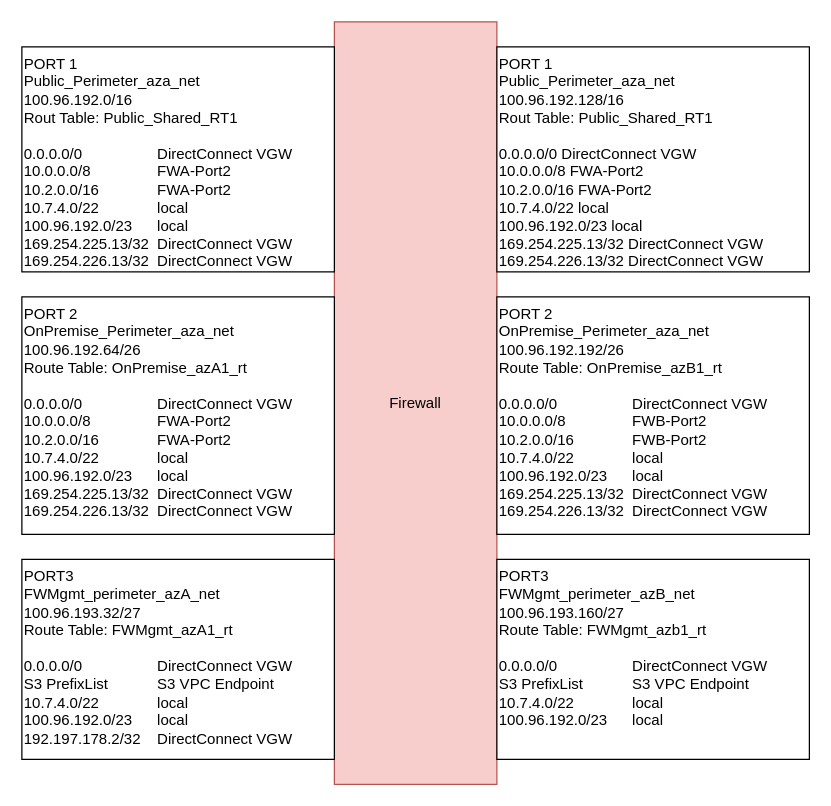
Before: Routing view.drawio in XangoXCC/Drawio, a draw.io diagram. Source tidied: cells renumbered, new cells numbered last; positions are measured from the earlier drawing's top-left corner, leaving out a move shared by most shapes. Both pictures are drawn from the tidied source at 125%, with x=0, y=0 at pixel (21, 21).
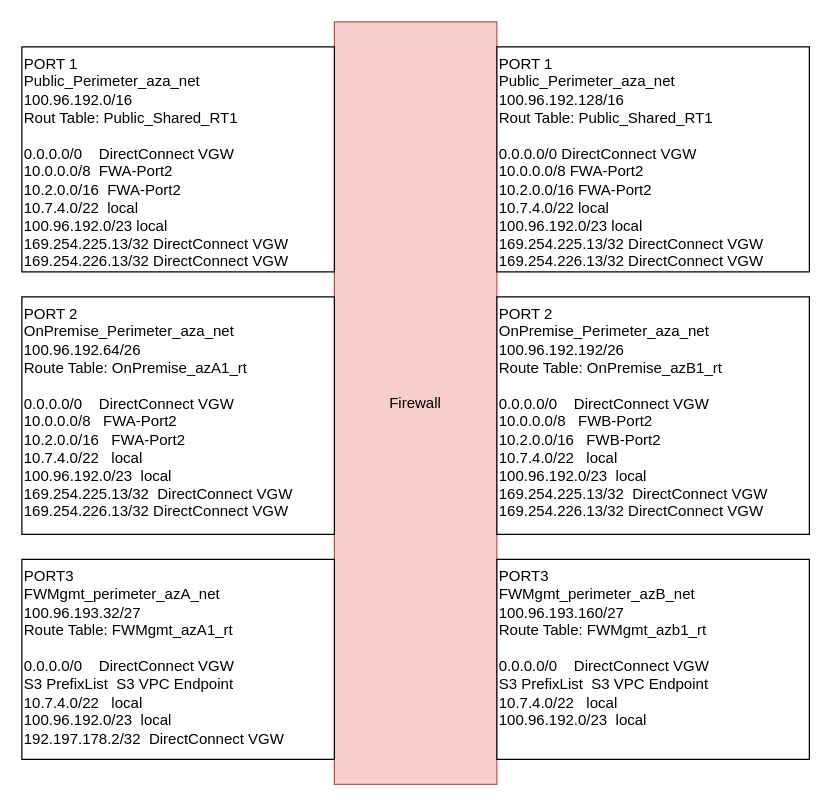
Above is the later version.

The edit, as a diff of the source:
```diff
@@
 <mxGraphModel>
   <root>
     <mxCell id="0" />
     <mxCell id="1" parent="0" />
     <mxCell id="2" value="Firewall" style="rounded=0;whiteSpace=wrap;html=1;fillColor=#f8cecc;strokeColor=#b85450;" parent="1" vertex="1">
       <mxGeometry x="250" width="130" height="610" as="geometry" />
     </mxCell>
-    <mxCell id="3" value="&lt;span style=&quot;&quot;&gt;PORT 1&lt;/span&gt;&lt;br style=&quot;&quot;&gt;&lt;span style=&quot;&quot;&gt;Public_Perimeter_aza_net&lt;/span&gt;&lt;br style=&quot;&quot;&gt;&lt;span style=&quot;&quot;&gt;100.96.192.0/16&lt;/span&gt;&lt;br style=&quot;&quot;&gt;&lt;span style=&quot;&quot;&gt;Rout Table: Public_Shared_RT1&lt;br&gt;&lt;br&gt;&lt;div&gt;0.0.0.0/0&lt;span style=&quot;&quot;&gt;&#9;&lt;span style=&quot;white-space: pre;&quot;&gt;&#9;&lt;/span&gt;&lt;span style=&quot;white-space: pre;&quot;&gt;&#9;&lt;/span&gt;&lt;span style=&quot;white-space: pre;&quot;&gt;&#9;&lt;/span&gt;&lt;/span&gt;DirectConnect VGW&lt;/div&gt;&lt;div&gt;10.0.0.0/8&lt;span style=&quot;white-space: pre;&quot;&gt;&#9;&lt;/span&gt;&lt;span style=&quot;white-space: pre;&quot;&gt;&#9;&lt;/span&gt;FWA-Port2&lt;/div&gt;&lt;div&gt;10.2.0.0/16&lt;span style=&quot;white-space: pre;&quot;&gt;&#9;&lt;/span&gt;&lt;span style=&quot;white-space: pre;&quot;&gt;&#9;&lt;/span&gt;FWA-Port2&lt;/div&gt;&lt;div&gt;10.7.4.0/22&lt;span style=&quot;white-space: pre;&quot;&gt;&#9;&lt;/span&gt;&lt;span style=&quot;white-space: pre;&quot;&gt;&#9;&lt;/span&gt;local&lt;/div&gt;&lt;div&gt;100.96.192.0/23&lt;span style=&quot;white-space: pre;&quot;&gt;&#9;&lt;/span&gt;local&lt;/div&gt;&lt;div&gt;169.254.225.13/32&lt;span style=&quot;white-space: pre;&quot;&gt;&#9;&lt;/span&gt;DirectConnect VGW&lt;span style=&quot;&quot;&gt;&#9;&lt;/span&gt;&amp;nbsp;&lt;/div&gt;&lt;div&gt;169.254.226.13/32&lt;span style=&quot;white-space: pre;&quot;&gt;&#9;&lt;/span&gt;DirectConnect VGW&lt;/div&gt;&lt;/span&gt;" style="rounded=0;whiteSpace=wrap;html=1;align=left;verticalAlign=top;" parent="1" vertex="1">
+    <mxCell id="3" value="&lt;span style=&quot;&quot;&gt;PORT 1&lt;/span&gt;&lt;br style=&quot;&quot;&gt;&lt;span style=&quot;&quot;&gt;Public_Perimeter_aza_net&lt;/span&gt;&lt;br style=&quot;&quot;&gt;&lt;span style=&quot;&quot;&gt;100.96.192.0/16&lt;/span&gt;&lt;br style=&quot;&quot;&gt;&lt;span style=&quot;&quot;&gt;Rout Table: Public_Shared_RT1&lt;br&gt;&lt;br&gt;&lt;div&gt;0.0.0.0/0&lt;span style=&quot;&quot;&gt; &lt;span style=&quot;white-space: pre;&quot;&gt; &lt;/span&gt;&lt;span style=&quot;white-space: pre;&quot;&gt; &lt;/span&gt;&lt;span style=&quot;white-space: pre;&quot;&gt; &lt;/span&gt;&lt;/span&gt;DirectConnect VGW&lt;/div&gt;&lt;div&gt;10.0.0.0/8&lt;span style=&quot;white-space: pre;&quot;&gt; &lt;/span&gt;&lt;span style=&quot;white-space: pre;&quot;&gt; &lt;/span&gt;FWA-Port2&lt;/div&gt;&lt;div&gt;10.2.0.0/16&lt;span style=&quot;white-space: pre;&quot;&gt; &lt;/span&gt;&lt;span style=&quot;white-space: pre;&quot;&gt; &lt;/span&gt;FWA-Port2&lt;/div&gt;&lt;div&gt;10.7.4.0/22&lt;span style=&quot;white-space: pre;&quot;&gt; &lt;/span&gt;&lt;span style=&quot;white-space: pre;&quot;&gt; &lt;/span&gt;local&lt;/div&gt;&lt;div&gt;100.96.192.0/23&lt;span style=&quot;white-space: pre;&quot;&gt; &lt;/span&gt;local&lt;/div&gt;&lt;div&gt;169.254.225.13/32&lt;span style=&quot;white-space: pre;&quot;&gt; &lt;/span&gt;DirectConnect VGW&lt;span style=&quot;&quot;&gt; &lt;/span&gt;&amp;nbsp;&lt;/div&gt;&lt;div&gt;169.254.226.13/32&lt;span style=&quot;white-space: pre;&quot;&gt; &lt;/span&gt;DirectConnect VGW&lt;/div&gt;&lt;/span&gt;" style="rounded=0;whiteSpace=wrap;html=1;align=left;verticalAlign=top;" parent="1" vertex="1">
       <mxGeometry y="20" width="250" height="180" as="geometry" />
     </mxCell>
-    <mxCell id="4" value="PORT 2&lt;br&gt;OnPremise_Perimeter_aza_net&lt;br&gt;100.96.192.64/26&lt;br&gt;Route Table: OnPremise_azA1_rt&lt;br&gt;&lt;div style=&quot;&quot;&gt;&lt;br&gt;&lt;/div&gt;&lt;div style=&quot;&quot;&gt;&lt;div&gt;0.0.0.0/0&lt;span style=&quot;&quot;&gt;&#9;&lt;span style=&quot;white-space: pre;&quot;&gt;&#9;&lt;/span&gt;&lt;span style=&quot;white-space: pre;&quot;&gt;&#9;&lt;span style=&quot;white-space: pre;&quot;&gt;&#9;&lt;/span&gt;&lt;/span&gt;&lt;/span&gt;DirectConnect VGW&lt;/div&gt;&lt;div&gt;10.0.0.0/8&lt;span style=&quot;&quot;&gt;&#9;&lt;span style=&quot;white-space: pre;&quot;&gt;&#9;&lt;span style=&quot;white-space: pre;&quot;&gt;&#9;&lt;/span&gt;&lt;/span&gt;&lt;/span&gt;FWA-Port2&lt;/div&gt;&lt;div&gt;10.2.0.0/16&lt;span style=&quot;&quot;&gt;&#9;&lt;span style=&quot;white-space: pre;&quot;&gt;&#9;&lt;span style=&quot;white-space: pre;&quot;&gt;&#9;&lt;/span&gt;&lt;/span&gt;&lt;/span&gt;FWA-Port2&lt;/div&gt;&lt;div&gt;10.7.4.0/22&lt;span style=&quot;&quot;&gt;&#9;&lt;span style=&quot;white-space: pre;&quot;&gt;&#9;&lt;span style=&quot;white-space: pre;&quot;&gt;&#9;&lt;/span&gt;&lt;/span&gt;&lt;/span&gt;local&lt;/div&gt;&lt;div&gt;100.96.192.0/23&lt;span style=&quot;&quot;&gt;&#9;&lt;span style=&quot;white-space: pre;&quot;&gt;&#9;&lt;/span&gt;&lt;/span&gt;local&lt;/div&gt;&lt;div&gt;169.254.225.13/32&lt;span style=&quot;&quot;&gt;&#9;&lt;span style=&quot;white-space: pre;&quot;&gt;&#9;&lt;/span&gt;D&lt;/span&gt;irectConnect VGW&lt;/div&gt;&lt;div&gt;169.254.226.13/32&lt;span style=&quot;white-space: pre;&quot;&gt;&#9;&lt;/span&gt;DirectConnect VGW&lt;/div&gt;&lt;/div&gt;" style="rounded=0;whiteSpace=wrap;html=1;align=left;verticalAlign=top;" parent="1" vertex="1">
+    <mxCell id="4" value="PORT 2&lt;br&gt;OnPremise_Perimeter_aza_net&lt;br&gt;100.96.192.64/26&lt;br&gt;Route Table: OnPremise_azA1_rt&lt;br&gt;&lt;div style=&quot;&quot;&gt;&lt;br&gt;&lt;/div&gt;&lt;div style=&quot;&quot;&gt;&lt;div&gt;0.0.0.0/0&lt;span style=&quot;&quot;&gt; &lt;span style=&quot;white-space: pre;&quot;&gt; &lt;/span&gt;&lt;span style=&quot;white-space: pre;&quot;&gt; &lt;span style=&quot;white-space: pre;&quot;&gt; &lt;/span&gt;&lt;/span&gt;&lt;/span&gt;DirectConnect VGW&lt;/div&gt;&lt;div&gt;10.0.0.0/8&lt;span style=&quot;&quot;&gt; &lt;span style=&quot;white-space: pre;&quot;&gt; &lt;span style=&quot;white-space: pre;&quot;&gt; &lt;/span&gt;&lt;/span&gt;&lt;/span&gt;FWA-Port2&lt;/div&gt;&lt;div&gt;10.2.0.0/16&lt;span style=&quot;&quot;&gt; &lt;span style=&quot;white-space: pre;&quot;&gt; &lt;span style=&quot;white-space: pre;&quot;&gt; &lt;/span&gt;&lt;/span&gt;&lt;/span&gt;FWA-Port2&lt;/div&gt;&lt;div&gt;10.7.4.0/22&lt;span style=&quot;&quot;&gt; &lt;span style=&quot;white-space: pre;&quot;&gt; &lt;span style=&quot;white-space: pre;&quot;&gt; &lt;/span&gt;&lt;/span&gt;&lt;/span&gt;local&lt;/div&gt;&lt;div&gt;100.96.192.0/23&lt;span style=&quot;&quot;&gt; &lt;span style=&quot;white-space: pre;&quot;&gt; &lt;/span&gt;&lt;/span&gt;local&lt;/div&gt;&lt;div&gt;169.254.225.13/32&lt;span style=&quot;&quot;&gt; &lt;span style=&quot;white-space: pre;&quot;&gt; &lt;/span&gt;D&lt;/span&gt;irectConnect VGW&lt;/div&gt;&lt;div&gt;169.254.226.13/32&lt;span style=&quot;white-space: pre;&quot;&gt; &lt;/span&gt;DirectConnect VGW&lt;/div&gt;&lt;/div&gt;" style="rounded=0;whiteSpace=wrap;html=1;align=left;verticalAlign=top;" parent="1" vertex="1">
       <mxGeometry y="220" width="250" height="190" as="geometry" />
     </mxCell>
-    <mxCell id="5" value="&lt;span style=&quot;&quot;&gt;PORT 1&lt;/span&gt;&lt;br style=&quot;&quot;&gt;&lt;span style=&quot;&quot;&gt;Public_Perimeter_aza_net&lt;/span&gt;&lt;br style=&quot;&quot;&gt;&lt;span style=&quot;&quot;&gt;100.96.192.128/16&lt;/span&gt;&lt;br style=&quot;&quot;&gt;&lt;span style=&quot;&quot;&gt;Rout Table: Public_Shared_RT1&lt;br&gt;&lt;br&gt;&lt;div&gt;0.0.0.0/0&lt;span style=&quot;&quot;&gt;&#9;&#9;&#9;&lt;/span&gt;DirectConnect VGW&lt;/div&gt;&lt;div&gt;10.0.0.0/8&lt;span style=&quot;&quot;&gt;&#9;&#9;&#9;&lt;/span&gt;FWA-Port2&lt;/div&gt;&lt;div&gt;10.2.0.0/16&lt;span style=&quot;&quot;&gt;&#9;&#9;&#9;&lt;/span&gt;FWA-Port2&lt;/div&gt;&lt;div&gt;10.7.4.0/22&lt;span style=&quot;&quot;&gt;&#9;&#9;&#9;&lt;/span&gt;local&lt;/div&gt;&lt;div&gt;100.96.192.0/23&lt;span style=&quot;&quot;&gt;&#9;&#9;&lt;/span&gt;local&lt;/div&gt;&lt;div&gt;169.254.225.13/32&lt;span style=&quot;&quot;&gt;&#9;&lt;/span&gt;DirectConnect VGW&lt;span style=&quot;&quot;&gt;&#9;&lt;/span&gt;&amp;nbsp;&lt;/div&gt;&lt;div&gt;169.254.226.13/32&lt;span style=&quot;&quot;&gt;&#9;&lt;/span&gt;DirectConnect VGW&lt;/div&gt;&lt;/span&gt;" style="rounded=0;whiteSpace=wrap;html=1;align=left;verticalAlign=top;" parent="1" vertex="1">
+    <mxCell id="5" value="&lt;span style=&quot;&quot;&gt;PORT 1&lt;/span&gt;&lt;br style=&quot;&quot;&gt;&lt;span style=&quot;&quot;&gt;Public_Perimeter_aza_net&lt;/span&gt;&lt;br style=&quot;&quot;&gt;&lt;span style=&quot;&quot;&gt;100.96.192.128/16&lt;/span&gt;&lt;br style=&quot;&quot;&gt;&lt;span style=&quot;&quot;&gt;Rout Table: Public_Shared_RT1&lt;br&gt;&lt;br&gt;&lt;div&gt;0.0.0.0/0&lt;span style=&quot;&quot;&gt;   &lt;/span&gt;DirectConnect VGW&lt;/div&gt;&lt;div&gt;10.0.0.0/8&lt;span style=&quot;&quot;&gt;   &lt;/span&gt;FWA-Port2&lt;/div&gt;&lt;div&gt;10.2.0.0/16&lt;span style=&quot;&quot;&gt;   &lt;/span&gt;FWA-Port2&lt;/div&gt;&lt;div&gt;10.7.4.0/22&lt;span style=&quot;&quot;&gt;   &lt;/span&gt;local&lt;/div&gt;&lt;div&gt;100.96.192.0/23&lt;span style=&quot;&quot;&gt;  &lt;/span&gt;local&lt;/div&gt;&lt;div&gt;169.254.225.13/32&lt;span style=&quot;&quot;&gt; &lt;/span&gt;DirectConnect VGW&lt;span style=&quot;&quot;&gt; &lt;/span&gt;&amp;nbsp;&lt;/div&gt;&lt;div&gt;169.254.226.13/32&lt;span style=&quot;&quot;&gt; &lt;/span&gt;DirectConnect VGW&lt;/div&gt;&lt;/span&gt;" style="rounded=0;whiteSpace=wrap;html=1;align=left;verticalAlign=top;" parent="1" vertex="1">
       <mxGeometry x="380" y="20" width="250" height="180" as="geometry" />
     </mxCell>
-    <mxCell id="6" value="PORT 2&lt;br&gt;OnPremise_Perimeter_aza_net&lt;br&gt;100.96.192.192/26&lt;br&gt;Route Table: OnPremise_azB1_rt&lt;br&gt;&lt;div style=&quot;&quot;&gt;&lt;br&gt;&lt;/div&gt;&lt;div style=&quot;&quot;&gt;&lt;div&gt;0.0.0.0/0&lt;span style=&quot;&quot;&gt;&#9;&lt;span style=&quot;white-space: pre;&quot;&gt;&#9;&lt;/span&gt;&lt;span style=&quot;white-space: pre;&quot;&gt;&#9;&lt;span style=&quot;white-space: pre;&quot;&gt;&#9;&lt;/span&gt;&lt;/span&gt;&lt;/span&gt;DirectConnect VGW&lt;/div&gt;&lt;div&gt;10.0.0.0/8&lt;span style=&quot;&quot;&gt;&#9;&lt;span style=&quot;white-space: pre;&quot;&gt;&#9;&lt;span style=&quot;white-space: pre;&quot;&gt;&#9;&lt;/span&gt;&lt;/span&gt;&lt;/span&gt;FWB-Port2&lt;/div&gt;&lt;div&gt;10.2.0.0/16&lt;span style=&quot;&quot;&gt;&#9;&lt;span style=&quot;white-space: pre;&quot;&gt;&#9;&lt;span style=&quot;white-space: pre;&quot;&gt;&#9;&lt;/span&gt;&lt;/span&gt;&lt;/span&gt;FWB-Port2&lt;/div&gt;&lt;div&gt;10.7.4.0/22&lt;span style=&quot;&quot;&gt;&#9;&lt;span style=&quot;white-space: pre;&quot;&gt;&#9;&lt;span style=&quot;white-space: pre;&quot;&gt;&#9;&lt;/span&gt;&lt;/span&gt;&lt;/span&gt;local&lt;/div&gt;&lt;div&gt;100.96.192.0/23&lt;span style=&quot;&quot;&gt;&#9;&lt;span style=&quot;white-space: pre;&quot;&gt;&#9;&lt;/span&gt;&lt;/span&gt;local&lt;/div&gt;&lt;div&gt;169.254.225.13/32&lt;span style=&quot;&quot;&gt;&#9;&lt;span style=&quot;white-space: pre;&quot;&gt;&#9;&lt;/span&gt;D&lt;/span&gt;irectConnect VGW&lt;/div&gt;&lt;div&gt;169.254.226.13/32&lt;span style=&quot;white-space: pre;&quot;&gt;&#9;&lt;/span&gt;DirectConnect VGW&lt;/div&gt;&lt;/div&gt;" style="rounded=0;whiteSpace=wrap;html=1;align=left;verticalAlign=top;" parent="1" vertex="1">
+    <mxCell id="6" value="PORT 2&lt;br&gt;OnPremise_Perimeter_aza_net&lt;br&gt;100.96.192.192/26&lt;br&gt;Route Table: OnPremise_azB1_rt&lt;br&gt;&lt;div style=&quot;&quot;&gt;&lt;br&gt;&lt;/div&gt;&lt;div style=&quot;&quot;&gt;&lt;div&gt;0.0.0.0/0&lt;span style=&quot;&quot;&gt; &lt;span style=&quot;white-space: pre;&quot;&gt; &lt;/span&gt;&lt;span style=&quot;white-space: pre;&quot;&gt; &lt;span style=&quot;white-space: pre;&quot;&gt; &lt;/span&gt;&lt;/span&gt;&lt;/span&gt;DirectConnect VGW&lt;/div&gt;&lt;div&gt;10.0.0.0/8&lt;span style=&quot;&quot;&gt; &lt;span style=&quot;white-space: pre;&quot;&gt; &lt;span style=&quot;white-space: pre;&quot;&gt; &lt;/span&gt;&lt;/span&gt;&lt;/span&gt;FWB-Port2&lt;/div&gt;&lt;div&gt;10.2.0.0/16&lt;span style=&quot;&quot;&gt; &lt;span style=&quot;white-space: pre;&quot;&gt; &lt;span style=&quot;white-space: pre;&quot;&gt; &lt;/span&gt;&lt;/span&gt;&lt;/span&gt;FWB-Port2&lt;/div&gt;&lt;div&gt;10.7.4.0/22&lt;span style=&quot;&quot;&gt; &lt;span style=&quot;white-space: pre;&quot;&gt; &lt;span style=&quot;white-space: pre;&quot;&gt; &lt;/span&gt;&lt;/span&gt;&lt;/span&gt;local&lt;/div&gt;&lt;div&gt;100.96.192.0/23&lt;span style=&quot;&quot;&gt; &lt;span style=&quot;white-space: pre;&quot;&gt; &lt;/span&gt;&lt;/span&gt;local&lt;/div&gt;&lt;div&gt;169.254.225.13/32&lt;span style=&quot;&quot;&gt; &lt;span style=&quot;white-space: pre;&quot;&gt; &lt;/span&gt;D&lt;/span&gt;irectConnect VGW&lt;/div&gt;&lt;div&gt;169.254.226.13/32&lt;span style=&quot;white-space: pre;&quot;&gt; &lt;/span&gt;DirectConnect VGW&lt;/div&gt;&lt;/div&gt;" style="rounded=0;whiteSpace=wrap;html=1;align=left;verticalAlign=top;" parent="1" vertex="1">
       <mxGeometry x="380" y="220" width="250" height="190" as="geometry" />
     </mxCell>
-    <mxCell id="7" value="PORT3&lt;br&gt;FWMgmt_perimeter_azA_net&lt;br&gt;100.96.193.32/27&lt;br&gt;Route Table: FWMgmt_azA1_rt&lt;br&gt;&lt;div style=&quot;&quot;&gt;&lt;br&gt;&lt;/div&gt;&lt;div style=&quot;&quot;&gt;&lt;div&gt;0.0.0.0/0&lt;span style=&quot;&quot;&gt;&#9;&lt;span style=&quot;white-space: pre;&quot;&gt;&#9;&lt;/span&gt;&lt;span style=&quot;white-space: pre;&quot;&gt;&#9;&lt;span style=&quot;white-space: pre;&quot;&gt;&#9;&lt;/span&gt;&lt;/span&gt;&lt;/span&gt;DirectConnect VGW&lt;/div&gt;&lt;div&gt;&lt;span style=&quot;background-color: initial;&quot;&gt;S3 PrefixList&lt;span style=&quot;white-space: pre;&quot;&gt;&#9;&lt;/span&gt;&lt;span style=&quot;white-space: pre;&quot;&gt;&#9;&lt;/span&gt;S3 VPC Endpoint&lt;/span&gt;&lt;/div&gt;&lt;div&gt;&lt;span style=&quot;background-color: initial;&quot;&gt;10.7.4.0/22&lt;/span&gt;&lt;span style=&quot;background-color: initial;&quot;&gt;&#9;&lt;span style=&quot;white-space: pre;&quot;&gt;&#9;&lt;span style=&quot;white-space: pre;&quot;&gt;&#9;&lt;/span&gt;&lt;/span&gt;&lt;/span&gt;&lt;span style=&quot;background-color: initial;&quot;&gt;local&lt;/span&gt;&lt;br&gt;&lt;/div&gt;&lt;div&gt;100.96.192.0/23&lt;span style=&quot;&quot;&gt;&#9;&lt;span style=&quot;white-space: pre;&quot;&gt;&#9;&lt;/span&gt;&lt;/span&gt;local&lt;/div&gt;&lt;div&gt;192.197.178.2/32&lt;span style=&quot;&quot;&gt;&#9;&lt;span style=&quot;white-space: pre;&quot;&gt;&#9;&lt;/span&gt;D&lt;/span&gt;irectConnect VGW&lt;/div&gt;&lt;div&gt;&lt;br&gt;&lt;/div&gt;&lt;/div&gt;" style="rounded=0;whiteSpace=wrap;html=1;align=left;verticalAlign=top;" parent="1" vertex="1">
+    <mxCell id="7" value="PORT3&lt;br&gt;FWMgmt_perimeter_azA_net&lt;br&gt;100.96.193.32/27&lt;br&gt;Route Table: FWMgmt_azA1_rt&lt;br&gt;&lt;div style=&quot;&quot;&gt;&lt;br&gt;&lt;/div&gt;&lt;div style=&quot;&quot;&gt;&lt;div&gt;0.0.0.0/0&lt;span style=&quot;&quot;&gt; &lt;span style=&quot;white-space: pre;&quot;&gt; &lt;/span&gt;&lt;span style=&quot;white-space: pre;&quot;&gt; &lt;span style=&quot;white-space: pre;&quot;&gt; &lt;/span&gt;&lt;/span&gt;&lt;/span&gt;DirectConnect VGW&lt;/div&gt;&lt;div&gt;&lt;span style=&quot;background-color: initial;&quot;&gt;S3 PrefixList&lt;span style=&quot;white-space: pre;&quot;&gt; &lt;/span&gt;&lt;span style=&quot;white-space: pre;&quot;&gt; &lt;/span&gt;S3 VPC Endpoint&lt;/span&gt;&lt;/div&gt;&lt;div&gt;&lt;span style=&quot;background-color: initial;&quot;&gt;10.7.4.0/22&lt;/span&gt;&lt;span style=&quot;background-color: initial;&quot;&gt; &lt;span style=&quot;white-space: pre;&quot;&gt; &lt;span style=&quot;white-space: pre;&quot;&gt; &lt;/span&gt;&lt;/span&gt;&lt;/span&gt;&lt;span style=&quot;background-color: initial;&quot;&gt;local&lt;/span&gt;&lt;br&gt;&lt;/div&gt;&lt;div&gt;100.96.192.0/23&lt;span style=&quot;&quot;&gt; &lt;span style=&quot;white-space: pre;&quot;&gt; &lt;/span&gt;&lt;/span&gt;local&lt;/div&gt;&lt;div&gt;192.197.178.2/32&lt;span style=&quot;&quot;&gt; &lt;span style=&quot;white-space: pre;&quot;&gt; &lt;/span&gt;D&lt;/span&gt;irectConnect VGW&lt;/div&gt;&lt;div&gt;&lt;br&gt;&lt;/div&gt;&lt;/div&gt;" style="rounded=0;whiteSpace=wrap;html=1;align=left;verticalAlign=top;" parent="1" vertex="1">
       <mxGeometry y="430" width="250" height="160" as="geometry" />
     </mxCell>
-    <mxCell id="8" value="PORT3&lt;br&gt;FWMgmt_perimeter_azB_net&lt;br&gt;100.96.193.160/27&lt;br&gt;Route Table: FWMgmt_azb1_rt&lt;br&gt;&lt;div style=&quot;&quot;&gt;&lt;br&gt;&lt;/div&gt;&lt;div style=&quot;&quot;&gt;&lt;div&gt;0.0.0.0/0&lt;span style=&quot;&quot;&gt;&#9;&lt;span style=&quot;white-space: pre;&quot;&gt;&#9;&lt;/span&gt;&lt;span style=&quot;white-space: pre;&quot;&gt;&#9;&lt;span style=&quot;white-space: pre;&quot;&gt;&#9;&lt;/span&gt;&lt;/span&gt;&lt;/span&gt;DirectConnect VGW&lt;/div&gt;&lt;div&gt;&lt;span style=&quot;background-color: initial;&quot;&gt;S3 PrefixList&lt;span style=&quot;white-space: pre;&quot;&gt;&#9;&lt;/span&gt;&lt;span style=&quot;white-space: pre;&quot;&gt;&#9;&lt;/span&gt;S3 VPC Endpoint&lt;/span&gt;&lt;/div&gt;&lt;div&gt;&lt;span style=&quot;background-color: initial;&quot;&gt;10.7.4.0/22&lt;/span&gt;&lt;span style=&quot;background-color: initial;&quot;&gt;&#9;&lt;span style=&quot;white-space: pre;&quot;&gt;&#9;&lt;span style=&quot;white-space: pre;&quot;&gt;&#9;&lt;/span&gt;&lt;/span&gt;&lt;/span&gt;&lt;span style=&quot;background-color: initial;&quot;&gt;local&lt;/span&gt;&lt;br&gt;&lt;/div&gt;&lt;div&gt;100.96.192.0/23&lt;span style=&quot;&quot;&gt;&#9;&lt;span style=&quot;white-space: pre;&quot;&gt;&#9;&lt;/span&gt;&lt;/span&gt;local&lt;/div&gt;&lt;div&gt;&lt;br&gt;&lt;/div&gt;&lt;div&gt;&lt;br&gt;&lt;/div&gt;&lt;/div&gt;" style="rounded=0;whiteSpace=wrap;html=1;align=left;verticalAlign=top;" parent="1" vertex="1">
+    <mxCell id="8" value="PORT3&lt;br&gt;FWMgmt_perimeter_azB_net&lt;br&gt;100.96.193.160/27&lt;br&gt;Route Table: FWMgmt_azb1_rt&lt;br&gt;&lt;div style=&quot;&quot;&gt;&lt;br&gt;&lt;/div&gt;&lt;div style=&quot;&quot;&gt;&lt;div&gt;0.0.0.0/0&lt;span style=&quot;&quot;&gt; &lt;span style=&quot;white-space: pre;&quot;&gt; &lt;/span&gt;&lt;span style=&quot;white-space: pre;&quot;&gt; &lt;span style=&quot;white-space: pre;&quot;&gt; &lt;/span&gt;&lt;/span&gt;&lt;/span&gt;DirectConnect VGW&lt;/div&gt;&lt;div&gt;&lt;span style=&quot;background-color: initial;&quot;&gt;S3 PrefixList&lt;span style=&quot;white-space: pre;&quot;&gt; &lt;/span&gt;&lt;span style=&quot;white-space: pre;&quot;&gt; &lt;/span&gt;S3 VPC Endpoint&lt;/span&gt;&lt;/div&gt;&lt;div&gt;&lt;span style=&quot;background-color: initial;&quot;&gt;10.7.4.0/22&lt;/span&gt;&lt;span style=&quot;background-color: initial;&quot;&gt; &lt;span style=&quot;white-space: pre;&quot;&gt; &lt;span style=&quot;white-space: pre;&quot;&gt; &lt;/span&gt;&lt;/span&gt;&lt;/span&gt;&lt;span style=&quot;background-color: initial;&quot;&gt;local&lt;/span&gt;&lt;br&gt;&lt;/div&gt;&lt;div&gt;100.96.192.0/23&lt;span style=&quot;&quot;&gt; &lt;span style=&quot;white-space: pre;&quot;&gt; &lt;/span&gt;&lt;/span&gt;local&lt;/div&gt;&lt;div&gt;&lt;br&gt;&lt;/div&gt;&lt;div&gt;&lt;br&gt;&lt;/div&gt;&lt;/div&gt;" style="rounded=0;whiteSpace=wrap;html=1;align=left;verticalAlign=top;" parent="1" vertex="1">
       <mxGeometry x="380" y="430" width="250" height="160" as="geometry" />
     </mxCell>
   </root>
 </mxGraphModel>
```
